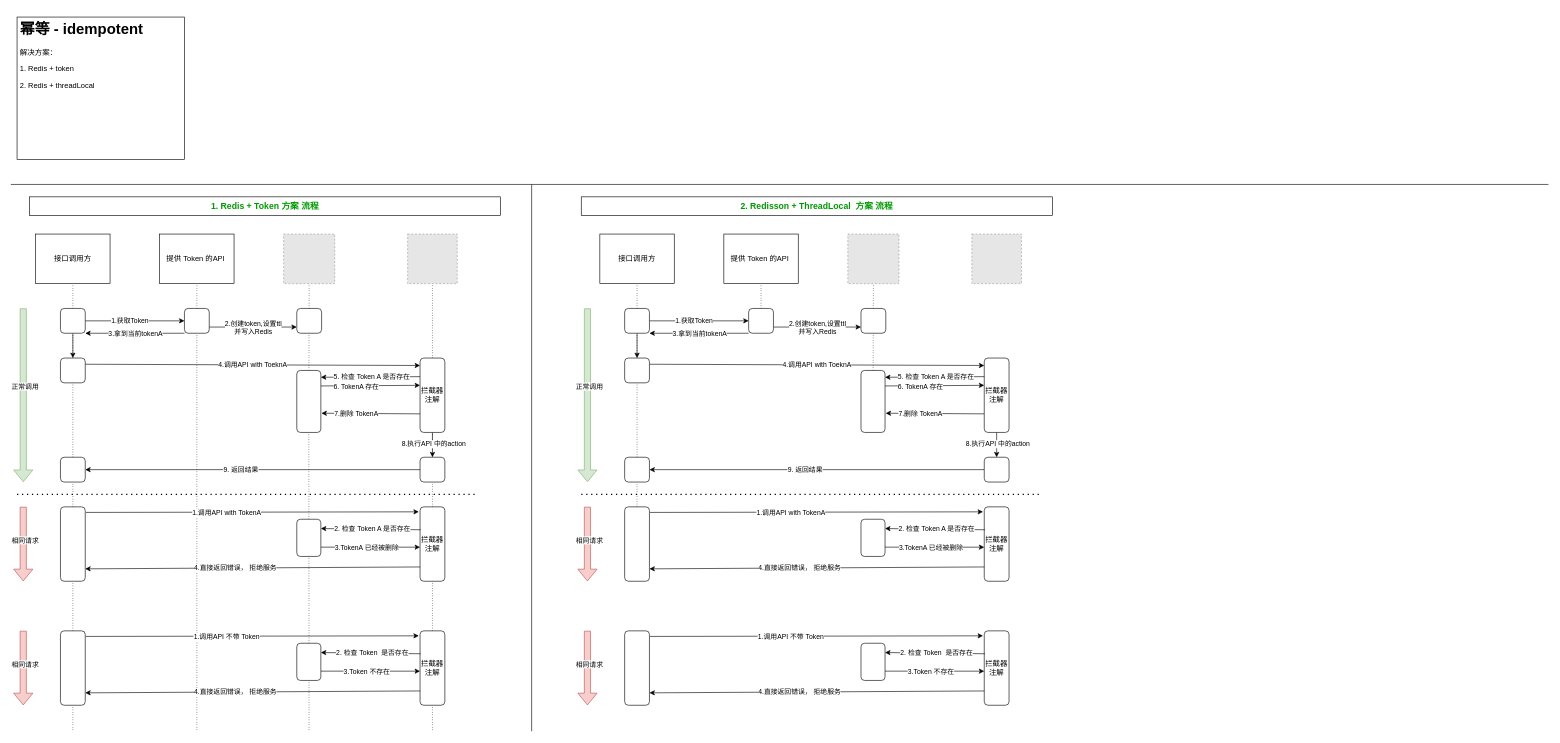
Before: 幂等.drawio in bayern01kahn/Tech_Diagrams, a draw.io diagram. Source tidied: cells renumbered, new cells numbered last; positions are measured from the earlier drawing's top-left corner, leaving out a move shared by most shapes. Both pictures are drawn from the tidied source at 62%, with x=0, y=0 at pixel (11, 17). Pictures stored in the file or linked from it are replaced by grey dashed boxes.
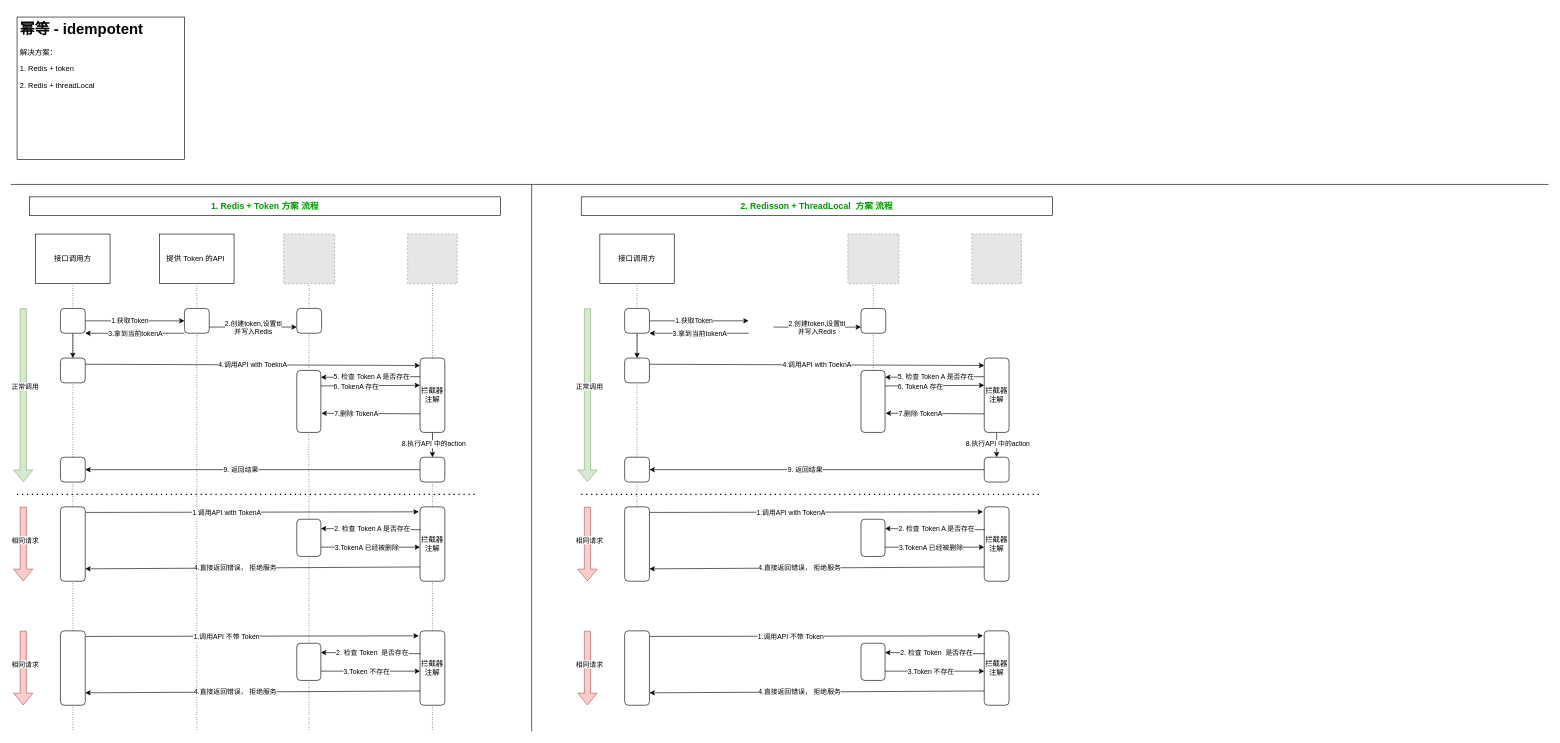
The same diagram, later.

The change refers to these unchanged cells:
```xml
<mxCell id="83" style="rounded=1;whiteSpace=wrap;html=1;strokeColor=#000000;fillColor=#ffffff;" parent="1" vertex="1">
  <mxGeometry x="990" y="470" width="40" height="40" as="geometry" />
</mxCell>
<mxCell id="106" style="rounded=1;whiteSpace=wrap;html=1;strokeColor=#000000;fillColor=#ffffff;" parent="1" vertex="1">
  <mxGeometry x="1371.2" y="470" width="40" height="40" as="geometry" />
</mxCell>
```

Change to the diagram source:
```diff
@@
-    <mxCell id="75" value="提供 Token 的API&amp;nbsp;" style="rounded=0;whiteSpace=wrap;html=1;strokeColor=#000000;fillColor=#ffffff;" parent="1" vertex="1">
-      <mxGeometry x="1150" y="350" width="120" height="80" as="geometry" />
-    </mxCell>
@@
-    <mxCell id="79" style="endArrow=none;dashed=1;html=1;dashPattern=1 3;strokeWidth=1;entryX=0.5;entryY=1;entryDx=0;entryDy=0;" parent="1" edge="1" source="89" target="75">
-      <mxGeometry relative="1" as="geometry" />
-    </mxCell>
-    <mxCell id="80" style="edgeStyle=orthogonalEdgeStyle;rounded=0;jettySize=auto;html=1;exitX=1;exitY=0.5;exitDx=0;exitDy=0;strokeWidth=1;entryX=0;entryY=0.5;entryDx=0;entryDy=0;" parent="1" edge="1" source="83" target="89">
-      <mxGeometry relative="1" as="geometry" />
+    <mxCell id="80" style="edgeStyle=orthogonalEdgeStyle;rounded=0;jettySize=auto;html=1;exitX=1;exitY=0.5;exitDx=0;exitDy=0;strokeWidth=1;entryX=0;entryY=0.5;entryDx=0;entryDy=0;" parent="1" edge="1" source="83">
+      <mxGeometry relative="1" as="geometry">
+        <mxPoint x="1190" y="490" as="targetPoint" />
+      </mxGeometry>
     </mxCell>
@@
-    <mxCell id="85" style="edgeStyle=orthogonalEdgeStyle;rounded=0;jettySize=auto;html=1;exitX=1;exitY=0.75;exitDx=0;exitDy=0;entryX=0;entryY=0.75;entryDx=0;entryDy=0;strokeWidth=1;" parent="1" edge="1" source="89" target="106">
-      <mxGeometry relative="1" as="geometry" />
+    <mxCell id="85" style="edgeStyle=orthogonalEdgeStyle;rounded=0;jettySize=auto;html=1;exitX=1;exitY=0.75;exitDx=0;exitDy=0;entryX=0;entryY=0.75;entryDx=0;entryDy=0;strokeWidth=1;" parent="1" edge="1" target="106">
+      <mxGeometry relative="1" as="geometry">
+        <mxPoint x="1230" y="500" as="sourcePoint" />
+      </mxGeometry>
     </mxCell>
@@
-    <mxCell id="87" style="rounded=0;jettySize=auto;html=1;exitX=0;exitY=1;exitDx=0;exitDy=0;entryX=1;entryY=1;entryDx=0;entryDy=0;strokeWidth=1;" parent="1" edge="1" source="89" target="83">
-      <mxGeometry relative="1" as="geometry" />
+    <mxCell id="87" style="rounded=0;jettySize=auto;html=1;exitX=0;exitY=1;exitDx=0;exitDy=0;entryX=1;entryY=1;entryDx=0;entryDy=0;strokeWidth=1;" parent="1" edge="1" target="83">
+      <mxGeometry relative="1" as="geometry">
+        <mxPoint x="1190" y="510" as="sourcePoint" />
+      </mxGeometry>
     </mxCell>
@@
-    <mxCell id="89" style="rounded=1;whiteSpace=wrap;html=1;strokeColor=#000000;fillColor=#ffffff;" parent="1" vertex="1">
-      <mxGeometry x="1190" y="470" width="40" height="40" as="geometry" />
-    </mxCell>
```
